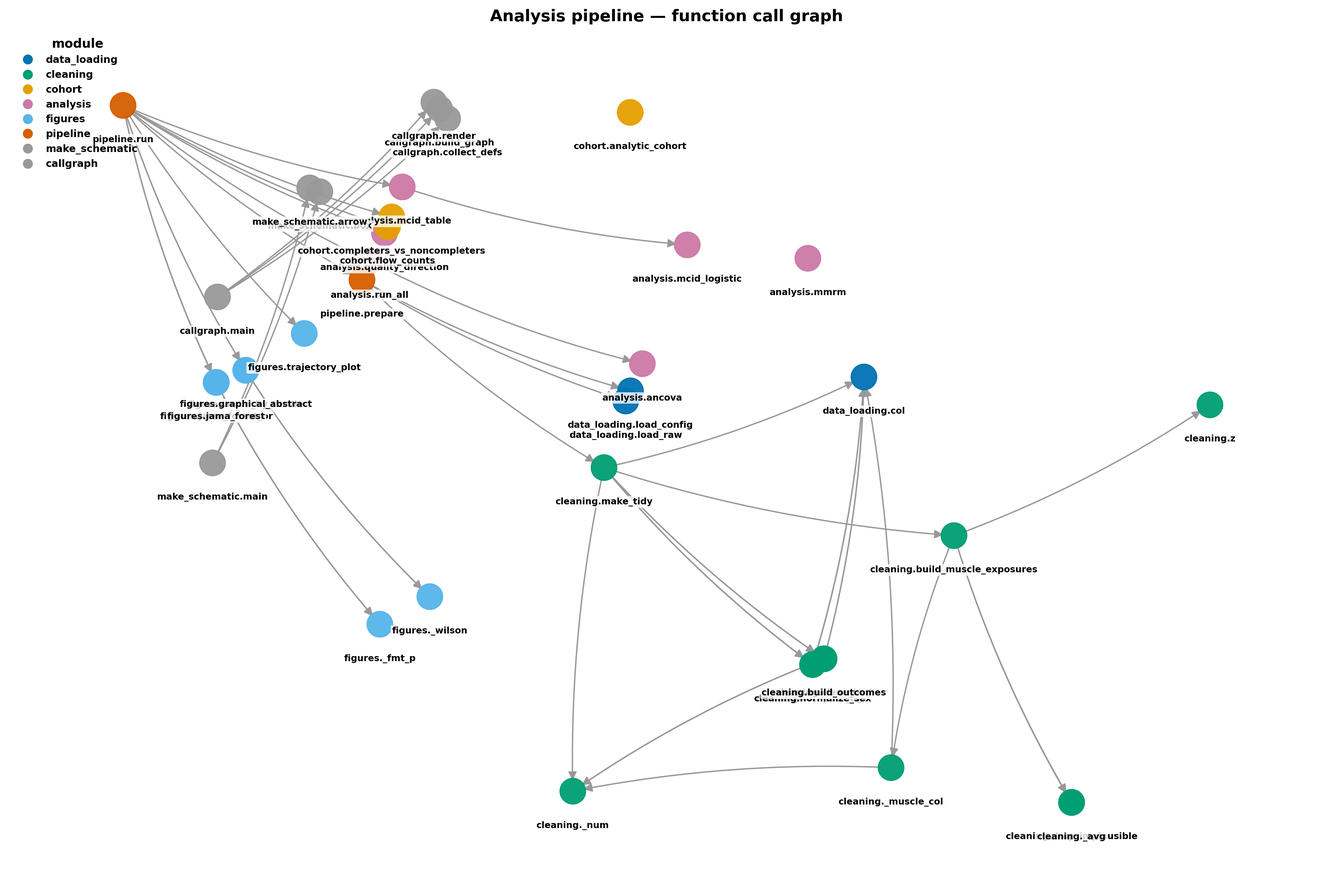
This is docs/callgraph.png from nielspac177/lumbar-muscle-pro, a Mermaid export, as it was before one commit. Its source is kept beside it as docs/callgraph.mmd.
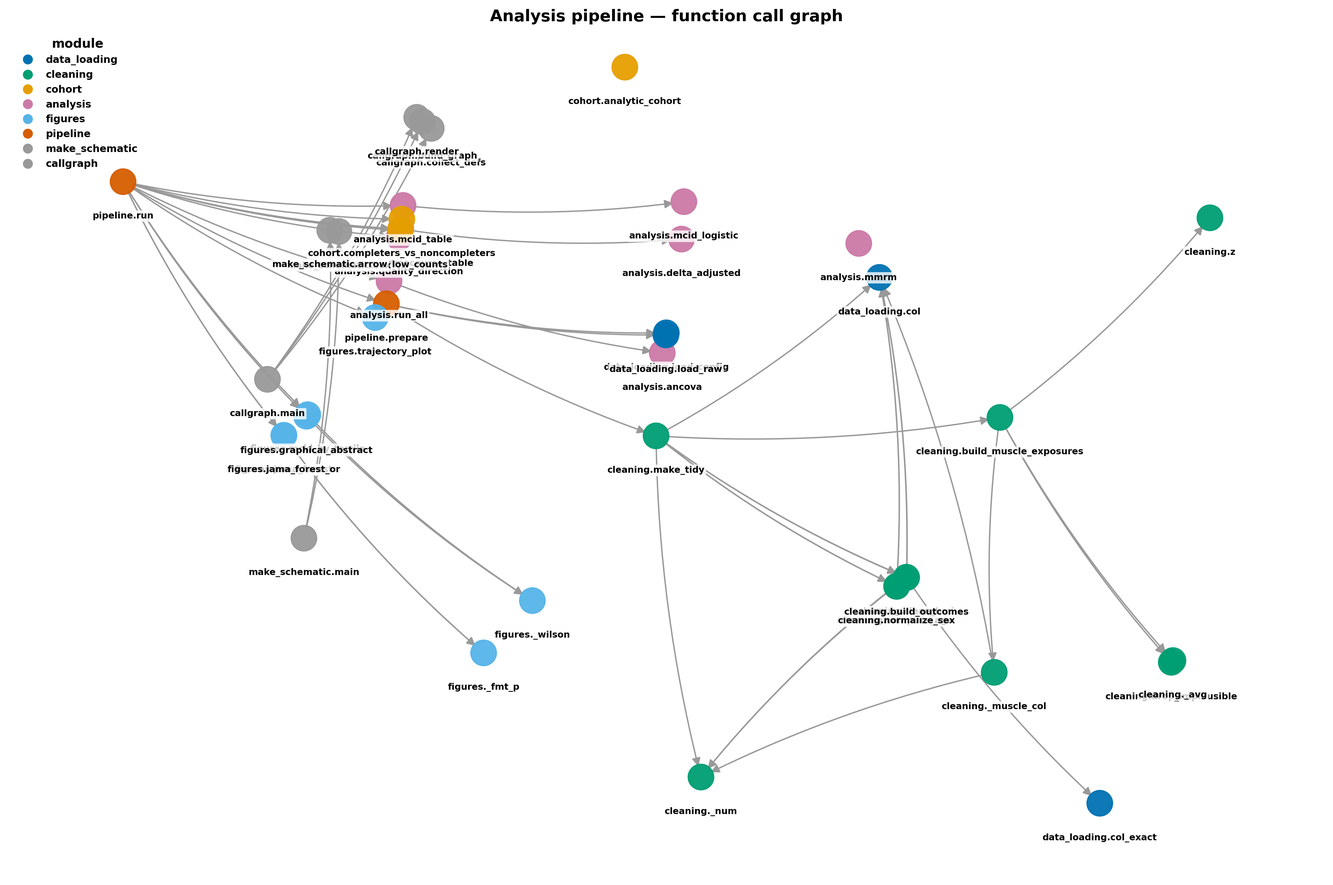
Later version of the same file.

Change to the diagram source:
```diff
@@ -1,6 +1,7 @@
 flowchart LR
     analysis_mcid_table["analysis.mcid_table"] --> analysis_mcid_logistic["analysis.mcid_logistic"]
     analysis_run_all["analysis.run_all"] --> analysis_ancova["analysis.ancova"]
+    analysis_t2_timecourse_table["analysis.t2_timecourse_table"] --> analysis_delta_adjusted["analysis.delta_adjusted"]
     callgraph_main["callgraph.main"] --> callgraph_collect_defs["callgraph.collect_defs"]
     callgraph_main["callgraph.main"] --> callgraph_build_graph["callgraph.build_graph"]
     callgraph_main["callgraph.main"] --> callgraph_render["callgraph.render"]
@@ -19,16 +20,17 @@
     pipeline_run["pipeline.run"] --> pipeline_prepare["pipeline.prepare"]
     pipeline_run["pipeline.run"] --> cohort_flow_counts["cohort.flow_counts"]
     pipeline_run["pipeline.run"] --> analysis_quality_direction["analysis.quality_direction"]
+    pipeline_run["pipeline.run"] --> analysis_t2_timecourse_table["analysis.t2_timecourse_table"]
     pipeline_run["pipeline.run"] --> analysis_run_all["analysis.run_all"]
     pipeline_run["pipeline.run"] --> analysis_mcid_table["analysis.mcid_table"]
+    pipeline_run["pipeline.run"] --> figures_jama_forest["figures.jama_forest"]
     pipeline_run["pipeline.run"] --> figures_jama_forest_or["figures.jama_forest_or"]
-    pipeline_run["pipeline.run"] --> figures_jama_forest["figures.jama_forest"]
     pipeline_run["pipeline.run"] --> figures_mcid_by_tertile["figures.mcid_by_tertile"]
     pipeline_run["pipeline.run"] --> figures_graphical_abstract["figures.graphical_abstract"]
     pipeline_run["pipeline.run"] --> figures_trajectory_plot["figures.trajectory_plot"]
     pipeline_run["pipeline.run"] --> cohort_completers_vs_noncompleters["cohort.completers_vs_noncompleters"]
+    figures_jama_forest["figures.jama_forest"] --> figures__fmt_p["figures._fmt_p"]
     figures_jama_forest_or["figures.jama_forest_or"] --> figures__fmt_p["figures._fmt_p"]
-    figures_jama_forest["figures.jama_forest"] --> figures__fmt_p["figures._fmt_p"]
     figures_mcid_by_tertile["figures.mcid_by_tertile"] --> figures__wilson["figures._wilson"]
     figures_graphical_abstract["figures.graphical_abstract"] --> figures__wilson["figures._wilson"]
     cleaning__muscle_col["cleaning._muscle_col"] --> cleaning__num["cleaning._num"]
@@ -42,4 +44,5 @@
     cleaning_build_muscle_exposures["cleaning.build_muscle_exposures"] --> cleaning__avg["cleaning._avg"]
     cleaning_build_muscle_exposures["cleaning.build_muscle_exposures"] --> cleaning_z["cleaning.z"]
     cleaning_build_outcomes["cleaning.build_outcomes"] --> cleaning__num["cleaning._num"]
+    cleaning_build_outcomes["cleaning.build_outcomes"] --> data_loading_col_exact["data_loading.col_exact"]
     cleaning_build_outcomes["cleaning.build_outcomes"] --> data_loading_col["data_loading.col"]
```
